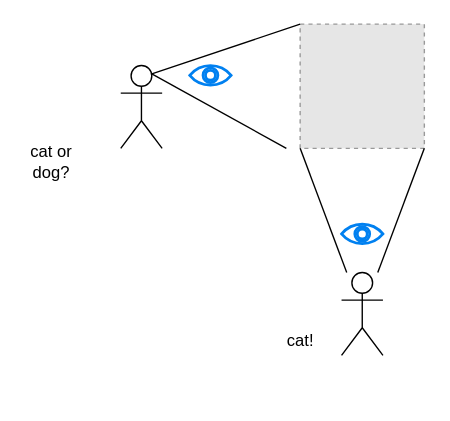
Above: angles.drawio in timtody/comm_about_perspectives (draw.io), before the change. Source tidied: cells renumbered, new cells numbered last; positions are measured from the earlier drawing's top-left corner, leaving out a move shared by most shapes. Both pictures are drawn from the tidied source at 138%, with x=0, y=0 at pixel (23, 23). Pictures stored in the file or linked from it are replaced by grey dashed boxes.
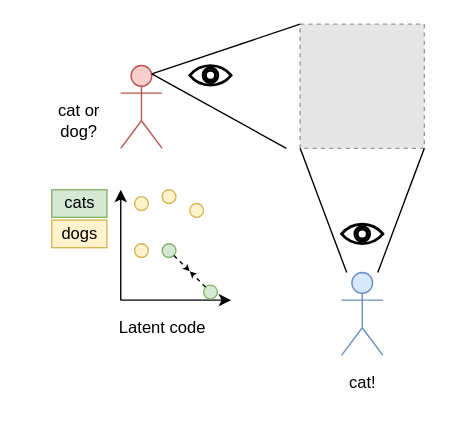
The same diagram, later.

Change to the diagram source:
```diff
@@
-    <mxCell id="2" style="shape=umlActor;verticalLabelPosition=bottom;verticalAlign=top;html=1;outlineConnect=0;" parent="1" vertex="1">
+    <mxCell id="2" style="shape=umlActor;verticalLabelPosition=bottom;verticalAlign=top;html=1;outlineConnect=0;fillColor=#f8cecc;strokeColor=#b85450;" parent="1" vertex="1">
       <mxGeometry x="70" y="30" width="30" height="60" as="geometry" />
     </mxCell>
-    <mxCell id="3" style="shape=umlActor;verticalLabelPosition=bottom;verticalAlign=top;html=1;outlineConnect=0;" parent="1" vertex="1">
+    <mxCell id="3" style="shape=umlActor;verticalLabelPosition=bottom;verticalAlign=top;html=1;outlineConnect=0;fillColor=#dae8fc;strokeColor=#6c8ebf;" parent="1" vertex="1">
       <mxGeometry x="230" y="180" width="30" height="60" as="geometry" />
     </mxCell>
@@
-    <mxCell id="7" style="html=1;verticalLabelPosition=bottom;align=center;labelBackgroundColor=#ffffff;verticalAlign=top;strokeWidth=2;strokeColor=#0080F0;shadow=0;dashed=0;shape=mxgraph.ios7.icons.eye;" parent="1" vertex="1">
+    <mxCell id="7" style="html=1;verticalLabelPosition=bottom;align=center;labelBackgroundColor=#ffffff;verticalAlign=top;strokeWidth=2;shadow=0;dashed=0;shape=mxgraph.ios7.icons.eye;" parent="1" vertex="1">
       <mxGeometry x="120" y="30" width="30" height="14.1" as="geometry" />
     </mxCell>
@@
-    <mxCell id="10" style="html=1;verticalLabelPosition=bottom;align=center;labelBackgroundColor=#ffffff;verticalAlign=top;strokeWidth=2;strokeColor=#0080F0;shadow=0;dashed=0;shape=mxgraph.ios7.icons.eye;" parent="1" vertex="1">
+    <mxCell id="10" style="html=1;verticalLabelPosition=bottom;align=center;labelBackgroundColor=#ffffff;verticalAlign=top;strokeWidth=2;shadow=0;dashed=0;shape=mxgraph.ios7.icons.eye;" parent="1" vertex="1">
       <mxGeometry x="230" y="145" width="30" height="14.1" as="geometry" />
     </mxCell>
     <mxCell id="11" value="cat or dog?" style="text;html=1;strokeColor=none;fillColor=none;align=center;verticalAlign=middle;whiteSpace=wrap;rounded=0;" parent="1" vertex="1">
-      <mxGeometry y="90" width="40" height="20" as="geometry" />
+      <mxGeometry x="20" y="60" width="40" height="20" as="geometry" />
     </mxCell>
     <mxCell id="12" value="cat!" style="text;html=1;align=center;verticalAlign=middle;strokeColor=none;" parent="1" vertex="1">
-      <mxGeometry x="185" y="220" width="30" height="20" as="geometry" />
+      <mxGeometry x="230" y="250" width="30" height="20" as="geometry" />
     </mxCell>
+    <mxCell id="13" style="endArrow=classic;html=1;" parent="1" edge="1">
+      <mxGeometry relative="1" as="geometry">
+        <mxPoint x="70" y="200" as="sourcePoint" />
+        <mxPoint x="70" y="120" as="targetPoint" />
+      </mxGeometry>
+    </mxCell>
+    <mxCell id="14" style="endArrow=classic;html=1;" parent="1" edge="1">
+      <mxGeometry relative="1" as="geometry">
+        <mxPoint x="70" y="200" as="sourcePoint" />
+        <mxPoint x="150" y="200" as="targetPoint" />
+      </mxGeometry>
+    </mxCell>
+    <mxCell id="15" style="ellipse;whiteSpace=wrap;html=1;fillColor=#d5e8d4;strokeColor=#82b366;" parent="1" vertex="1">
+      <mxGeometry x="100" y="159.1" width="10" height="10" as="geometry" />
+    </mxCell>
+    <mxCell id="16" style="ellipse;whiteSpace=wrap;html=1;fillColor=#d5e8d4;strokeColor=#82b366;" parent="1" vertex="1">
+      <mxGeometry x="130" y="189.1" width="10" height="10" as="geometry" />
+    </mxCell>
+    <mxCell id="17" value="cats" style="text;html=1;align=center;verticalAlign=middle;strokeColor=#82b366;fillColor=#d5e8d4;" parent="1" vertex="1">
+      <mxGeometry x="20" y="120" width="40" height="20" as="geometry" />
+    </mxCell>
+    <mxCell id="18" value="dogs&lt;br&gt;" style="text;html=1;align=center;verticalAlign=middle;strokeColor=#d6b656;fillColor=#fff2cc;" parent="1" vertex="1">
+      <mxGeometry x="20" y="142" width="40" height="20" as="geometry" />
+    </mxCell>
+    <mxCell id="19" style="endArrow=classic;html=1;dashed=1;endSize=2;" parent="1" edge="1" source="15">
+      <mxGeometry relative="1" as="geometry">
+        <mxPoint x="120" y="179.1" as="targetPoint" />
+      </mxGeometry>
+    </mxCell>
+    <mxCell id="20" style="endArrow=classic;html=1;endSize=2;dashed=1;" parent="1" edge="1" source="16">
+      <mxGeometry relative="1" as="geometry">
+        <mxPoint x="120" y="179.1" as="targetPoint" />
+      </mxGeometry>
+    </mxCell>
+    <mxCell id="21" style="ellipse;whiteSpace=wrap;html=1;fillColor=#fff2cc;strokeColor=#d6b656;" parent="1" vertex="1">
+      <mxGeometry x="80" y="159.1" width="10" height="10" as="geometry" />
+    </mxCell>
+    <mxCell id="22" style="ellipse;whiteSpace=wrap;html=1;fillColor=#fff2cc;strokeColor=#d6b656;" parent="1" vertex="1">
+      <mxGeometry x="100" y="120" width="10" height="10" as="geometry" />
+    </mxCell>
+    <mxCell id="23" style="ellipse;whiteSpace=wrap;html=1;fillColor=#fff2cc;strokeColor=#d6b656;" parent="1" vertex="1">
+      <mxGeometry x="120" y="130" width="10" height="10" as="geometry" />
+    </mxCell>
+    <mxCell id="24" style="ellipse;whiteSpace=wrap;html=1;fillColor=#fff2cc;strokeColor=#d6b656;" parent="1" vertex="1">
+      <mxGeometry x="80" y="125" width="10" height="10" as="geometry" />
+    </mxCell>
+    <mxCell id="25" value="Latent code" style="text;html=1;align=center;verticalAlign=middle;strokeColor=none;" parent="1" vertex="1">
+      <mxGeometry x="60" y="210" width="80" height="20" as="geometry" />
+    </mxCell>
```
